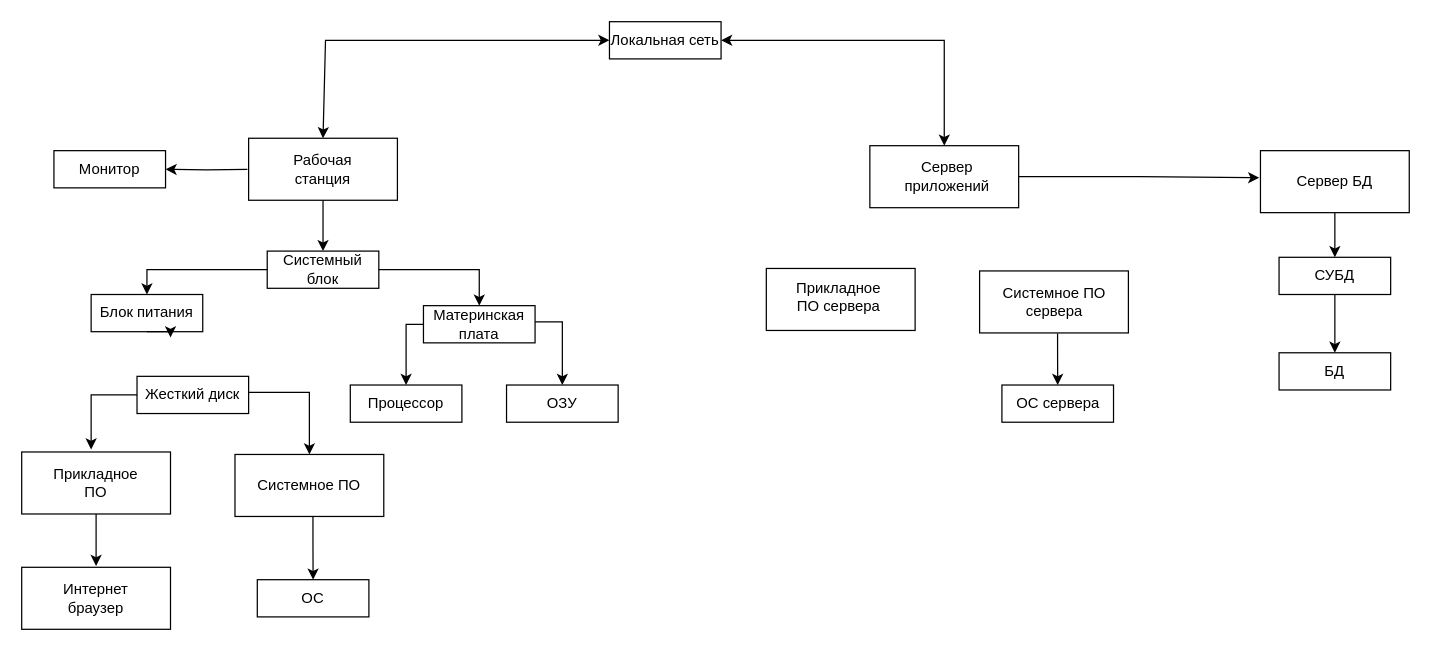
Earlier version of the draw.io diagram Проектная модель СЭ ПС.drawio (hiff0/db-city-council). Source tidied: cells renumbered, new cells numbered last; positions are measured from the earlier drawing's top-left corner, leaving out a move shared by most shapes. Both pictures are drawn from the tidied source at 124%, with x=0, y=0 at pixel (21, 21).
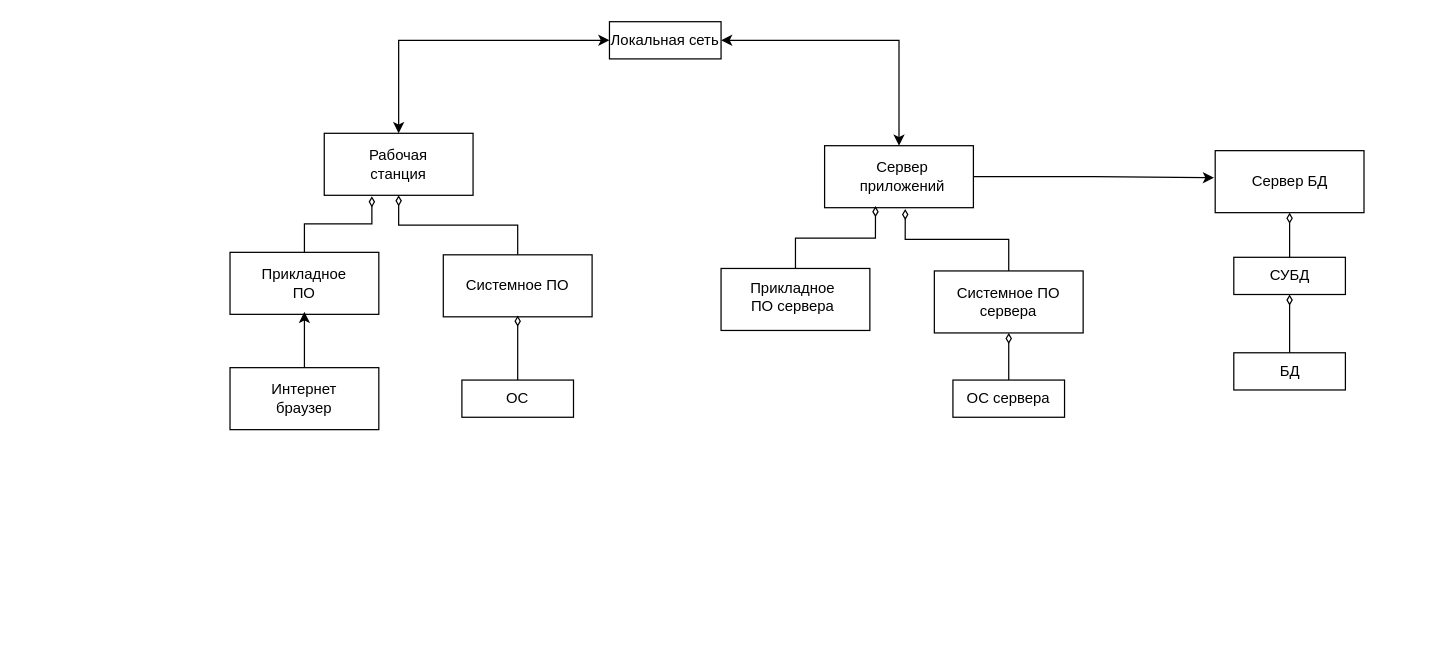
The same page after the edit.

The change refers to these unchanged cells:
```xml
<mxCell id="15" value="&lt;font&gt;Локальная сеть&lt;/font&gt;" style="text;html=1;align=center;verticalAlign=middle;whiteSpace=wrap;rounded=0;strokeColor=#000000;fontColor=#000000;" parent="1" vertex="1">
  <mxGeometry x="474" width="90" height="30" as="geometry" />
</mxCell>
```

Change to the diagram source:
```diff
@@
+    <mxCell id="48" style="edgeStyle=orthogonalEdgeStyle;rounded=0;jettySize=auto;html=1;" parent="1" edge="1" source="2">
+      <mxGeometry relative="1" as="geometry">
+        <mxPoint x="228" y="234" as="targetPoint" />
+      </mxGeometry>
+    </mxCell>
     <mxCell id="2" style="rounded=0;whiteSpace=wrap;html=1;strokeColor=#000000;fillColor=none;fontColor=#000000;" parent="1" vertex="1">
-      <mxGeometry y="440" width="120" height="50" as="geometry" />
+      <mxGeometry x="168" y="279" width="120" height="50" as="geometry" />
     </mxCell>
     <mxCell id="3" value="&lt;font&gt;Интернет браузер&lt;/font&gt;" style="text;html=1;align=center;verticalAlign=middle;whiteSpace=wrap;rounded=0;strokeColor=none;fontColor=#000000;" parent="1" vertex="1">
-      <mxGeometry x="15" y="450" width="90" height="30" as="geometry" />
+      <mxGeometry x="183" y="289" width="90" height="30" as="geometry" />
     </mxCell>
-    <mxCell id="4" style="edgeStyle=orthogonalEdgeStyle;rounded=0;jettySize=auto;html=1;strokeColor=#000000;fontColor=#000000;" parent="1" edge="1" source="5">
-      <mxGeometry relative="1" as="geometry">
-        <mxPoint x="60" y="439" as="targetPoint" />
-      </mxGeometry>
-    </mxCell>
+    <mxCell id="49" style="edgeStyle=orthogonalEdgeStyle;rounded=0;jettySize=auto;html=1;entryX=0.32;entryY=1.016;entryDx=0;entryDy=0;entryPerimeter=0;endArrow=diamondThin;endFill=0;" parent="1" edge="1" source="5" target="8">
+      <mxGeometry relative="1" as="geometry" />
+    </mxCell>
     <mxCell id="5" style="rounded=0;whiteSpace=wrap;html=1;strokeColor=#000000;fillColor=none;fontColor=#000000;" parent="1" vertex="1">
-      <mxGeometry y="347" width="120" height="50" as="geometry" />
+      <mxGeometry x="168" y="186" width="120" height="50" as="geometry" />
     </mxCell>
     <mxCell id="6" value="&lt;font&gt;Прикладное ПО&lt;/font&gt;" style="text;html=1;align=center;verticalAlign=middle;whiteSpace=wrap;rounded=0;strokeColor=none;fontColor=#000000;" parent="1" vertex="1">
-      <mxGeometry x="15" y="357" width="90" height="30" as="geometry" />
+      <mxGeometry x="183" y="196" width="90" height="30" as="geometry" />
     </mxCell>
-    <mxCell id="7" style="edgeStyle=orthogonalEdgeStyle;rounded=0;jettySize=auto;html=1;strokeColor=#000000;fontColor=#000000;" parent="1" edge="1" source="8" target="27">
-      <mxGeometry relative="1" as="geometry" />
-    </mxCell>
     <mxCell id="8" style="rounded=0;whiteSpace=wrap;html=1;strokeColor=#000000;fillColor=none;fontColor=#000000;" parent="1" vertex="1">
-      <mxGeometry x="183" y="94" width="120" height="50" as="geometry" />
+      <mxGeometry x="244" y="90" width="120" height="50" as="geometry" />
     </mxCell>
-    <mxCell id="9" style="edgeStyle=orthogonalEdgeStyle;rounded=0;jettySize=auto;html=1;strokeColor=#000000;fontColor=#000000;" parent="1" edge="1" target="47">
-      <mxGeometry relative="1" as="geometry">
-        <mxPoint x="182" y="119" as="sourcePoint" />
-      </mxGeometry>
-    </mxCell>
     <mxCell id="10" value="&lt;font&gt;Рабочая станция&lt;/font&gt;" style="text;html=1;align=center;verticalAlign=middle;whiteSpace=wrap;rounded=0;strokeColor=none;fontColor=#000000;" parent="1" vertex="1">
-      <mxGeometry x="198" y="104" width="90" height="30" as="geometry" />
+      <mxGeometry x="259" y="100" width="90" height="30" as="geometry" />
     </mxCell>
+    <mxCell id="50" style="edgeStyle=orthogonalEdgeStyle;rounded=0;jettySize=auto;html=1;endArrow=diamondThin;endFill=0;" parent="1" edge="1" source="11" target="8">
+      <mxGeometry relative="1" as="geometry" />
+    </mxCell>
     <mxCell id="11" style="rounded=0;whiteSpace=wrap;html=1;strokeColor=#000000;fillColor=none;fontColor=#000000;" parent="1" vertex="1">
-      <mxGeometry x="172" y="349" width="120" height="50" as="geometry" />
+      <mxGeometry x="340" y="188" width="120" height="50" as="geometry" />
     </mxCell>
-    <mxCell id="12" style="edgeStyle=orthogonalEdgeStyle;rounded=0;jettySize=auto;html=1;strokeColor=#000000;exitX=0.524;exitY=1.008;exitDx=0;exitDy=0;exitPerimeter=0;fontColor=#000000;" parent="1" edge="1" source="11" target="30">
-      <mxGeometry relative="1" as="geometry" />
-    </mxCell>
     <mxCell id="13" value="&lt;font&gt;Системное ПО&lt;/font&gt;" style="text;html=1;align=center;verticalAlign=middle;whiteSpace=wrap;rounded=0;strokeColor=none;fontColor=#000000;" parent="1" vertex="1">
-      <mxGeometry x="187" y="359" width="90" height="30" as="geometry" />
+      <mxGeometry x="355" y="198" width="90" height="30" as="geometry" />
     </mxCell>
@@
     <mxCell id="17" style="rounded=0;whiteSpace=wrap;html=1;strokeColor=#000000;fillColor=none;fontColor=#000000;" parent="1" vertex="1">
-      <mxGeometry x="684" y="100" width="120" height="50" as="geometry" />
+      <mxGeometry x="647.5" y="100" width="120" height="50" as="geometry" />
     </mxCell>
     <mxCell id="18" value="&lt;font&gt;Сервер приложений&lt;/font&gt;" style="text;html=1;align=center;verticalAlign=middle;whiteSpace=wrap;rounded=0;strokeColor=none;fontColor=#000000;" parent="1" vertex="1">
-      <mxGeometry x="699" y="110" width="95" height="30" as="geometry" />
+      <mxGeometry x="662.5" y="110" width="95" height="30" as="geometry" />
     </mxCell>
-    <mxCell id="19" style="edgeStyle=orthogonalEdgeStyle;rounded=0;jettySize=auto;html=1;strokeColor=#000000;fontColor=#000000;" parent="1" edge="1" source="20" target="24">
-      <mxGeometry relative="1" as="geometry" />
-    </mxCell>
     <mxCell id="20" style="rounded=0;whiteSpace=wrap;html=1;strokeColor=#000000;fillColor=none;fontColor=#000000;" parent="1" vertex="1">
-      <mxGeometry x="999" y="104" width="120" height="50" as="geometry" />
+      <mxGeometry x="962.5" y="104" width="120" height="50" as="geometry" />
     </mxCell>
     <mxCell id="21" value="&lt;font&gt;Сервер БД&lt;/font&gt;" style="text;html=1;align=center;verticalAlign=middle;whiteSpace=wrap;rounded=0;strokeColor=none;fontColor=#000000;" parent="1" vertex="1">
-      <mxGeometry x="1014" y="114" width="90" height="30" as="geometry" />
+      <mxGeometry x="977.5" y="114" width="90" height="30" as="geometry" />
     </mxCell>
+    <mxCell id="51" style="edgeStyle=orthogonalEdgeStyle;rounded=0;jettySize=auto;html=1;endArrow=diamondThin;endFill=0;" parent="1" edge="1" source="22" target="24">
+      <mxGeometry relative="1" as="geometry" />
+    </mxCell>
     <mxCell id="22" value="&lt;font&gt;БД&lt;/font&gt;" style="text;html=1;align=center;verticalAlign=middle;whiteSpace=wrap;rounded=0;strokeColor=#000000;fontColor=#000000;" parent="1" vertex="1">
-      <mxGeometry x="1014" y="267" width="90" height="30" as="geometry" />
+      <mxGeometry x="977.5" y="267" width="90" height="30" as="geometry" />
     </mxCell>
-    <mxCell id="23" style="edgeStyle=orthogonalEdgeStyle;rounded=0;jettySize=auto;html=1;strokeColor=#000000;fontColor=#000000;" parent="1" edge="1" source="24" target="22">
-      <mxGeometry relative="1" as="geometry" />
-    </mxCell>
+    <mxCell id="52" style="edgeStyle=orthogonalEdgeStyle;rounded=0;jettySize=auto;html=1;endArrow=diamondThin;endFill=0;" parent="1" edge="1" source="24">
+      <mxGeometry relative="1" as="geometry">
+        <mxPoint x="1022.5" y="154" as="targetPoint" />
+      </mxGeometry>
+    </mxCell>
     <mxCell id="24" value="&lt;font&gt;СУБД&lt;/font&gt;" style="text;html=1;align=center;verticalAlign=middle;whiteSpace=wrap;rounded=0;strokeColor=#000000;fontColor=#000000;" parent="1" vertex="1">
-      <mxGeometry x="1014" y="190" width="90" height="30" as="geometry" />
+      <mxGeometry x="977.5" y="190" width="90" height="30" as="geometry" />
     </mxCell>
-    <mxCell id="25" style="edgeStyle=orthogonalEdgeStyle;rounded=0;jettySize=auto;html=1;strokeColor=#000000;fontColor=#000000;" parent="1" edge="1" source="27" target="29">
-      <mxGeometry relative="1" as="geometry" />
-    </mxCell>
-    <mxCell id="26" style="edgeStyle=orthogonalEdgeStyle;rounded=0;jettySize=auto;html=1;strokeColor=#000000;fontColor=#000000;" parent="1" edge="1" source="27" target="36">
-      <mxGeometry relative="1" as="geometry" />
-    </mxCell>
-    <mxCell id="27" value="&lt;font&gt;Системный блок&lt;/font&gt;" style="text;html=1;align=center;verticalAlign=middle;whiteSpace=wrap;rounded=0;strokeColor=#000000;fontColor=#000000;" parent="1" vertex="1">
-      <mxGeometry x="198" y="185" width="90" height="30" as="geometry" />
-    </mxCell>
-    <mxCell id="28" style="edgeStyle=orthogonalEdgeStyle;rounded=0;jettySize=auto;html=1;exitX=0.5;exitY=1;exitDx=0;exitDy=0;strokeColor=#000000;fontColor=#000000;" parent="1" edge="1" source="29">
-      <mxGeometry relative="1" as="geometry">
-        <mxPoint x="120" y="254.6" as="targetPoint" />
-      </mxGeometry>
-    </mxCell>
-    <mxCell id="29" value="&lt;font&gt;Блок питания&lt;/font&gt;" style="text;html=1;align=center;verticalAlign=middle;whiteSpace=wrap;rounded=0;strokeColor=#000000;fontColor=#000000;" parent="1" vertex="1">
-      <mxGeometry x="56" y="220" width="90" height="30" as="geometry" />
-    </mxCell>
+    <mxCell id="53" style="edgeStyle=orthogonalEdgeStyle;rounded=0;jettySize=auto;html=1;endArrow=diamondThin;endFill=0;" parent="1" edge="1" source="30">
+      <mxGeometry relative="1" as="geometry">
+        <mxPoint x="400" y="237" as="targetPoint" />
+      </mxGeometry>
+    </mxCell>
     <mxCell id="30" value="&lt;font&gt;ОС&lt;/font&gt;" style="text;html=1;align=center;verticalAlign=middle;whiteSpace=wrap;rounded=0;strokeColor=#000000;fontColor=#000000;" parent="1" vertex="1">
-      <mxGeometry x="190" y="450" width="90" height="30" as="geometry" />
+      <mxGeometry x="355" y="289" width="90" height="30" as="geometry" />
     </mxCell>
-    <mxCell id="31" value="&lt;div&gt;&lt;br&gt;&lt;/div&gt;&lt;div&gt;&lt;br&gt;&lt;/div&gt;&lt;div&gt;&lt;br&gt;&lt;/div&gt;&lt;div&gt;&lt;br&gt;&lt;/div&gt;" style="edgeStyle=orthogonalEdgeStyle;rounded=0;jettySize=auto;html=1;startArrow=none;startFill=0;strokeColor=#000000;fontColor=#000000;" parent="1" edge="1" source="33">
-      <mxGeometry relative="1" as="geometry">
-        <mxPoint x="56" y="345" as="targetPoint" />
-        <Array as="points">
-          <mxPoint x="56" y="301" />
-          <mxPoint x="56" y="343" />
-        </Array>
-      </mxGeometry>
-    </mxCell>
-    <mxCell id="32" style="edgeStyle=orthogonalEdgeStyle;rounded=0;jettySize=auto;html=1;entryX=0.5;entryY=0;entryDx=0;entryDy=0;strokeColor=#000000;fontColor=#000000;" parent="1" edge="1" source="33" target="11">
-      <mxGeometry relative="1" as="geometry">
-        <Array as="points">
-          <mxPoint x="232" y="299" />
-        </Array>
-      </mxGeometry>
-    </mxCell>
-    <mxCell id="33" value="&lt;font&gt;Жесткий диск&lt;/font&gt;" style="text;html=1;align=center;verticalAlign=middle;whiteSpace=wrap;rounded=0;strokeColor=#000000;fontColor=#000000;" parent="1" vertex="1">
-      <mxGeometry x="93" y="286" width="90" height="30" as="geometry" />
-    </mxCell>
-    <mxCell id="34" style="edgeStyle=orthogonalEdgeStyle;rounded=0;jettySize=auto;html=1;entryX=0.5;entryY=0;entryDx=0;entryDy=0;strokeColor=#000000;fontColor=#000000;" parent="1" edge="1" source="36" target="39">
-      <mxGeometry relative="1" as="geometry">
-        <Array as="points">
-          <mxPoint x="310" y="244" />
-        </Array>
-      </mxGeometry>
-    </mxCell>
-    <mxCell id="35" style="edgeStyle=orthogonalEdgeStyle;rounded=0;jettySize=auto;html=1;entryX=0.5;entryY=0;entryDx=0;entryDy=0;strokeColor=#000000;fontColor=#000000;" parent="1" edge="1" source="36" target="38">
-      <mxGeometry relative="1" as="geometry">
-        <Array as="points">
-          <mxPoint x="436" y="242" />
-        </Array>
-      </mxGeometry>
-    </mxCell>
-    <mxCell id="36" value="&lt;font&gt;Материнская плата&lt;/font&gt;" style="text;html=1;align=center;verticalAlign=middle;whiteSpace=wrap;rounded=0;strokeColor=#000000;fontColor=#000000;" parent="1" vertex="1">
-      <mxGeometry x="324" y="229" width="90" height="30" as="geometry" />
-    </mxCell>
@@
-    <mxCell id="38" value="&lt;font&gt;ОЗУ&lt;/font&gt;" style="text;html=1;align=center;verticalAlign=middle;whiteSpace=wrap;rounded=0;strokeColor=#000000;fontColor=#000000;" parent="1" vertex="1">
-      <mxGeometry x="391" y="293" width="90" height="30" as="geometry" />
-    </mxCell>
-    <mxCell id="39" value="&lt;font&gt;Процессор&lt;/font&gt;" style="text;html=1;align=center;verticalAlign=middle;whiteSpace=wrap;rounded=0;strokeColor=#000000;fontColor=#000000;" parent="1" vertex="1">
-      <mxGeometry x="265" y="293" width="90" height="30" as="geometry" />
-    </mxCell>
+    <mxCell id="54" style="edgeStyle=orthogonalEdgeStyle;rounded=0;jettySize=auto;html=1;entryX=0.342;entryY=0.974;entryDx=0;entryDy=0;entryPerimeter=0;endArrow=diamondThin;endFill=0;" parent="1" edge="1" source="40" target="17">
+      <mxGeometry relative="1" as="geometry" />
+    </mxCell>
     <mxCell id="40" style="rounded=0;whiteSpace=wrap;html=1;strokeColor=#000000;fillColor=none;fontColor=#000000;" parent="1" vertex="1">
-      <mxGeometry x="600.5" y="199" width="120" height="50" as="geometry" />
+      <mxGeometry x="564" y="199" width="120" height="50" as="geometry" />
     </mxCell>
     <mxCell id="41" value="&lt;font&gt;Прикладное ПО сервера&lt;/font&gt;" style="text;html=1;align=center;verticalAlign=middle;whiteSpace=wrap;rounded=0;strokeColor=none;fontColor=#000000;" parent="1" vertex="1">
-      <mxGeometry x="613.5" y="207" width="90" height="30" as="geometry" />
+      <mxGeometry x="577" y="207" width="90" height="30" as="geometry" />
     </mxCell>
+    <mxCell id="55" style="edgeStyle=orthogonalEdgeStyle;rounded=0;jettySize=auto;html=1;entryX=0.542;entryY=1.021;entryDx=0;entryDy=0;entryPerimeter=0;endArrow=diamondThin;endFill=0;" parent="1" edge="1" source="42" target="17">
+      <mxGeometry relative="1" as="geometry" />
+    </mxCell>
     <mxCell id="42" style="rounded=0;whiteSpace=wrap;html=1;strokeColor=#000000;fillColor=none;fontColor=#000000;" parent="1" vertex="1">
-      <mxGeometry x="772.5" y="201" width="120" height="50" as="geometry" />
+      <mxGeometry x="736" y="201" width="120" height="50" as="geometry" />
     </mxCell>
-    <mxCell id="43" style="edgeStyle=orthogonalEdgeStyle;rounded=0;jettySize=auto;html=1;strokeColor=#000000;exitX=0.524;exitY=1.008;exitDx=0;exitDy=0;exitPerimeter=0;fontColor=#000000;" parent="1" edge="1" source="42" target="45">
-      <mxGeometry relative="1" as="geometry" />
-    </mxCell>
     <mxCell id="44" value="&lt;font&gt;Системное ПО сервера&lt;/font&gt;" style="text;html=1;align=center;verticalAlign=middle;whiteSpace=wrap;rounded=0;strokeColor=none;fontColor=#000000;" parent="1" vertex="1">
-      <mxGeometry x="787.5" y="211" width="90" height="30" as="geometry" />
+      <mxGeometry x="751" y="211" width="90" height="30" as="geometry" />
     </mxCell>
+    <mxCell id="56" style="edgeStyle=orthogonalEdgeStyle;rounded=0;jettySize=auto;html=1;endArrow=diamondThin;endFill=0;" parent="1" edge="1" source="45">
+      <mxGeometry relative="1" as="geometry">
+        <mxPoint x="796" y="251" as="targetPoint" />
+      </mxGeometry>
+    </mxCell>
     <mxCell id="45" value="&lt;font&gt;ОС сервера&lt;/font&gt;" style="text;html=1;align=center;verticalAlign=middle;whiteSpace=wrap;rounded=0;strokeColor=#000000;fontColor=#000000;" parent="1" vertex="1">
-      <mxGeometry x="790.5" y="293" width="90" height="30" as="geometry" />
+      <mxGeometry x="751" y="289" width="90" height="30" as="geometry" />
     </mxCell>
     <mxCell id="46" style="endArrow=classic;startArrow=classic;html=1;rounded=0;strokeColor=#000000;entryX=0;entryY=0.5;entryDx=0;entryDy=0;exitX=0.5;exitY=0;exitDx=0;exitDy=0;fontColor=#000000;" parent="1" edge="1" source="8" target="15">
       <mxGeometry relative="1" as="geometry">
         <Array as="points">
-          <mxPoint x="245" y="15" />
+          <mxPoint x="304" y="15" />
         </Array>
       </mxGeometry>
     </mxCell>
-    <mxCell id="47" value="&lt;font&gt;Монитор&lt;/font&gt;" style="text;html=1;align=center;verticalAlign=middle;whiteSpace=wrap;rounded=0;strokeColor=#000000;fontColor=#000000;" parent="1" vertex="1">
-      <mxGeometry x="26" y="104" width="90" height="30" as="geometry" />
-    </mxCell>
```
